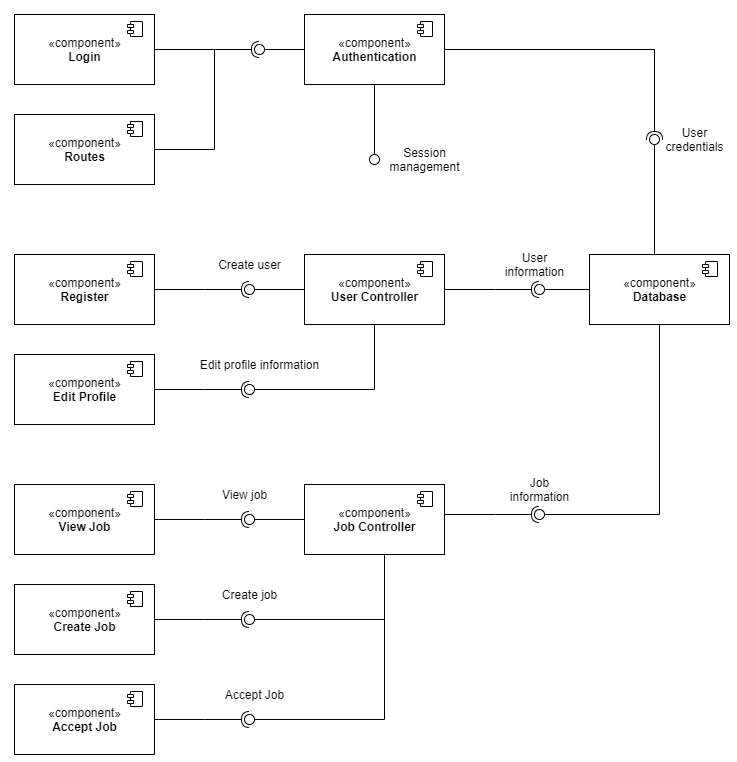
The draw.io diagram diagrams/Development/Component.png in faisal2754/Web-Data-Labelling, before a commit. Source tidied: cells renumbered, new cells last; positions are measured from the earlier drawing's top-left corner, leaving out a move shared by most shapes.
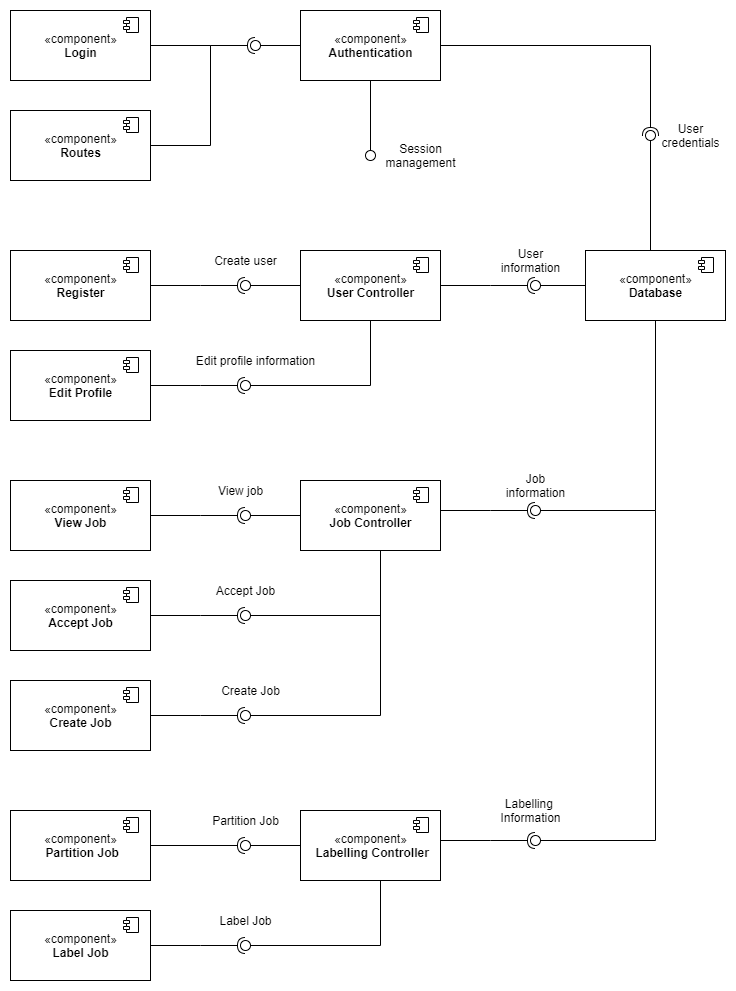
Above is the later version.

Commit message:
Added diagrams for sprint

Change to the diagram source:
```diff
@@ -26,22 +26,6 @@
         <mxPoint x="-27" y="7" as="offset" />
       </mxGeometry>
     </mxCell>
-    <mxCell id="8" value="«component»&lt;br&gt;&lt;b&gt;Create Job&lt;/b&gt;" style="html=1;" parent="1" vertex="1">
-      <mxGeometry y="570" width="140" height="70" as="geometry" />
-    </mxCell>
-    <mxCell id="9" style="shape=module;jettyWidth=6;jettyHeight=3;" parent="8" vertex="1">
-      <mxGeometry x="1" width="15" height="15" relative="1" as="geometry">
-        <mxPoint x="-27" y="7" as="offset" />
-      </mxGeometry>
-    </mxCell>
-    <mxCell id="10" value="«component»&lt;br&gt;&lt;b&gt;View Job&lt;/b&gt;" style="html=1;" parent="1" vertex="1">
-      <mxGeometry y="470" width="140" height="70" as="geometry" />
-    </mxCell>
-    <mxCell id="11" style="shape=module;jettyWidth=6;jettyHeight=3;" parent="10" vertex="1">
-      <mxGeometry x="1" width="15" height="15" relative="1" as="geometry">
-        <mxPoint x="-27" y="7" as="offset" />
-      </mxGeometry>
-    </mxCell>
     <mxCell id="12" value="«component»&lt;br&gt;&lt;b&gt;Authentication&lt;/b&gt;" style="html=1;" parent="1" vertex="1">
       <mxGeometry x="290" width="140" height="70" as="geometry" />
     </mxCell>
@@ -58,14 +42,6 @@
         <mxPoint x="-27" y="7" as="offset" />
       </mxGeometry>
     </mxCell>
-    <mxCell id="16" value="«component»&lt;br&gt;&lt;b&gt;Job Controller&lt;/b&gt;" style="html=1;" parent="1" vertex="1">
-      <mxGeometry x="290" y="470" width="140" height="70" as="geometry" />
-    </mxCell>
-    <mxCell id="17" style="shape=module;jettyWidth=6;jettyHeight=3;" parent="16" vertex="1">
-      <mxGeometry x="1" width="15" height="15" relative="1" as="geometry">
-        <mxPoint x="-27" y="7" as="offset" />
-      </mxGeometry>
-    </mxCell>
     <mxCell id="18" style="rounded=0;jettySize=auto;html=1;endArrow=none;endFill=0;edgeStyle=orthogonalEdgeStyle;exitX=0;exitY=0.5;exitDx=0;exitDy=0;" parent="1" edge="1" source="12">
       <mxGeometry relative="1" as="geometry">
         <mxPoint x="250" y="35" as="targetPoint" />
@@ -113,52 +89,12 @@
     <mxCell id="25" value="Create user" style="text;html=1;align=center;verticalAlign=middle;strokeColor=none;" parent="1" vertex="1">
       <mxGeometry x="195" y="240" width="80" height="20" as="geometry" />
     </mxCell>
-    <mxCell id="26" style="rounded=0;orthogonalLoop=1;jettySize=auto;html=1;endArrow=none;endFill=0;edgeStyle=orthogonalEdgeStyle;exitX=0;exitY=0.5;exitDx=0;exitDy=0;" parent="1" edge="1">
-      <mxGeometry relative="1" as="geometry">
-        <mxPoint x="290" y="505" as="sourcePoint" />
-        <mxPoint x="240" y="505" as="targetPoint" />
-      </mxGeometry>
-    </mxCell>
-    <mxCell id="27" style="rounded=0;orthogonalLoop=1;jettySize=auto;html=1;endArrow=halfCircle;endFill=0;entryX=0.5;entryY=0.5;entryDx=0;entryDy=0;endSize=6;strokeWidth=1;edgeStyle=orthogonalEdgeStyle;exitX=1;exitY=0.5;exitDx=0;exitDy=0;" parent="1" edge="1">
-      <mxGeometry relative="1" as="geometry">
-        <mxPoint x="140" y="505" as="sourcePoint" />
-        <mxPoint x="235" y="505" as="targetPoint" />
-        <Array as="points">
-          <mxPoint x="190" y="505" />
-          <mxPoint x="190" y="505" />
-        </Array>
-      </mxGeometry>
-    </mxCell>
     <mxCell id="28" style="ellipse;whiteSpace=wrap;html=1;fontFamily=Helvetica;fontSize=12;fontColor=#000000;align=center;strokeColor=#000000;fillColor=#ffffff;" parent="1" vertex="1">
       <mxGeometry x="230" y="500" width="10" height="10" as="geometry" />
     </mxCell>
-    <mxCell id="29" value="View job" style="text;html=1;align=center;verticalAlign=middle;strokeColor=none;" parent="1" vertex="1">
-      <mxGeometry x="200" y="470" width="60" height="20" as="geometry" />
-    </mxCell>
-    <mxCell id="30" style="rounded=0;jettySize=auto;html=1;endArrow=none;endFill=0;edgeStyle=orthogonalEdgeStyle;exitX=0.5;exitY=1;exitDx=0;exitDy=0;" parent="1" edge="1" source="16">
-      <mxGeometry relative="1" as="geometry">
-        <mxPoint x="240" y="605" as="targetPoint" />
-        <Array as="points">
-          <mxPoint x="370" y="605" />
-        </Array>
-      </mxGeometry>
-    </mxCell>
-    <mxCell id="31" style="rounded=0;orthogonalLoop=1;jettySize=auto;html=1;endArrow=halfCircle;endFill=0;entryX=0.5;entryY=0.5;entryDx=0;entryDy=0;endSize=6;strokeWidth=1;edgeStyle=orthogonalEdgeStyle;exitX=1;exitY=0.5;exitDx=0;exitDy=0;" parent="1" edge="1">
-      <mxGeometry relative="1" as="geometry">
-        <mxPoint x="140" y="605" as="sourcePoint" />
-        <mxPoint x="235" y="605" as="targetPoint" />
-        <Array as="points">
-          <mxPoint x="190" y="605" />
-          <mxPoint x="190" y="605" />
-        </Array>
-      </mxGeometry>
-    </mxCell>
     <mxCell id="32" style="ellipse;whiteSpace=wrap;html=1;fontFamily=Helvetica;fontSize=12;fontColor=#000000;align=center;strokeColor=#000000;fillColor=#ffffff;" parent="1" vertex="1">
       <mxGeometry x="230" y="600" width="10" height="10" as="geometry" />
     </mxCell>
-    <mxCell id="33" value="Create job" style="text;html=1;align=center;verticalAlign=middle;strokeColor=none;" parent="1" vertex="1">
-      <mxGeometry x="200" y="570" width="70" height="20" as="geometry" />
-    </mxCell>
     <mxCell id="34" style="rounded=0;jettySize=auto;html=1;endArrow=none;endFill=0;edgeStyle=orthogonalEdgeStyle;exitX=0.5;exitY=0;exitDx=0;exitDy=0;startArrow=none;" parent="1" edge="1" source="36">
       <mxGeometry relative="1" as="geometry">
         <mxPoint x="640" y="120" as="targetPoint" />
@@ -282,41 +218,190 @@
         </Array>
       </mxGeometry>
     </mxCell>
+    <mxCell id="59" value="Edit profile information" style="text;html=1;align=center;verticalAlign=middle;strokeColor=none;" parent="1" vertex="1">
+      <mxGeometry x="180" y="340" width="130" height="20" as="geometry" />
+    </mxCell>
+    <mxCell id="61" style="ellipse;whiteSpace=wrap;html=1;fontFamily=Helvetica;fontSize=12;fontColor=#000000;align=center;strokeColor=#000000;fillColor=#ffffff;" parent="1" vertex="1">
+      <mxGeometry x="230" y="700" width="10" height="10" as="geometry" />
+    </mxCell>
+    <mxCell id="64" value="«component»&lt;br&gt;&lt;b&gt;&amp;nbsp;Labelling Controller&lt;/b&gt;" style="html=1;" parent="1" vertex="1">
+      <mxGeometry x="290" y="800" width="140" height="70" as="geometry" />
+    </mxCell>
+    <mxCell id="65" style="shape=module;jettyWidth=6;jettyHeight=3;" parent="64" vertex="1">
+      <mxGeometry x="1" width="15" height="15" relative="1" as="geometry">
+        <mxPoint x="-27" y="7" as="offset" />
+      </mxGeometry>
+    </mxCell>
     <mxCell id="57" value="«component»&lt;br&gt;&lt;b&gt;Accept Job&lt;/b&gt;" style="html=1;" parent="1" vertex="1">
-      <mxGeometry y="670" width="140" height="70" as="geometry" />
+      <mxGeometry y="570" width="140" height="70" as="geometry" />
     </mxCell>
-    <mxCell id="58" style="shape=module;jettyWidth=6;jettyHeight=3;" parent="57" vertex="1">
-      <mxGeometry x="1" width="15" height="15" relative="1" as="geometry">
-        <mxPoint x="-27" y="7" as="offset" />
-      </mxGeometry>
-    </mxCell>
-    <mxCell id="59" value="Edit profile information" style="text;html=1;align=center;verticalAlign=middle;strokeColor=none;" parent="1" vertex="1">
-      <mxGeometry x="180" y="340" width="130" height="20" as="geometry" />
-    </mxCell>
-    <mxCell id="60" style="rounded=0;orthogonalLoop=1;jettySize=auto;html=1;endArrow=none;endFill=0;edgeStyle=orthogonalEdgeStyle;" parent="1" edge="1">
-      <mxGeometry relative="1" as="geometry">
-        <mxPoint x="370" y="600" as="sourcePoint" />
-        <mxPoint x="240" y="705" as="targetPoint" />
-        <Array as="points">
-          <mxPoint x="370" y="705" />
-        </Array>
-      </mxGeometry>
-    </mxCell>
-    <mxCell id="61" style="ellipse;whiteSpace=wrap;html=1;fontFamily=Helvetica;fontSize=12;fontColor=#000000;align=center;strokeColor=#000000;fillColor=#ffffff;" parent="1" vertex="1">
-      <mxGeometry x="230" y="700" width="10" height="10" as="geometry" />
-    </mxCell>
-    <mxCell id="62" style="rounded=0;orthogonalLoop=1;jettySize=auto;html=1;endArrow=halfCircle;endFill=0;entryX=0.5;entryY=0.5;entryDx=0;entryDy=0;endSize=6;strokeWidth=1;edgeStyle=orthogonalEdgeStyle;exitX=1;exitY=0.5;exitDx=0;exitDy=0;" parent="1" edge="1">
-      <mxGeometry relative="1" as="geometry">
-        <mxPoint x="140" y="705" as="sourcePoint" />
-        <mxPoint x="235" y="705" as="targetPoint" />
-        <Array as="points">
-          <mxPoint x="190" y="705" />
-          <mxPoint x="190" y="705" />
-        </Array>
-      </mxGeometry>
-    </mxCell>
+    <mxCell id="66" style="shape=module;jettyWidth=6;jettyHeight=3;" parent="57" vertex="1">
+      <mxGeometry x="1" width="15" height="15" relative="1" as="geometry">
+        <mxPoint x="-27" y="7" as="offset" />
+      </mxGeometry>
+    </mxCell>
+    <mxCell id="10" value="«component»&lt;br&gt;&lt;b&gt;View Job&lt;/b&gt;" style="html=1;" parent="1" vertex="1">
+      <mxGeometry y="470" width="140" height="70" as="geometry" />
+    </mxCell>
+    <mxCell id="67" style="shape=module;jettyWidth=6;jettyHeight=3;" parent="10" vertex="1">
+      <mxGeometry x="1" width="15" height="15" relative="1" as="geometry">
+        <mxPoint x="-27" y="7" as="offset" />
+      </mxGeometry>
+    </mxCell>
+    <mxCell id="16" value="«component»&lt;br&gt;&lt;b&gt;Job Controller&lt;/b&gt;" style="html=1;" parent="1" vertex="1">
+      <mxGeometry x="290" y="470" width="140" height="70" as="geometry" />
+    </mxCell>
+    <mxCell id="68" style="shape=module;jettyWidth=6;jettyHeight=3;" parent="16" vertex="1">
+      <mxGeometry x="1" width="15" height="15" relative="1" as="geometry">
+        <mxPoint x="-27" y="7" as="offset" />
+      </mxGeometry>
+    </mxCell>
+    <mxCell id="69" style="rounded=0;orthogonalLoop=1;jettySize=auto;html=1;endArrow=none;endFill=0;edgeStyle=orthogonalEdgeStyle;exitX=0;exitY=0.5;exitDx=0;exitDy=0;" parent="1" edge="1">
+      <mxGeometry relative="1" as="geometry">
+        <mxPoint x="290" y="505" as="sourcePoint" />
+        <mxPoint x="240" y="505" as="targetPoint" />
+      </mxGeometry>
+    </mxCell>
+    <mxCell id="70" style="rounded=0;orthogonalLoop=1;jettySize=auto;html=1;endArrow=halfCircle;endFill=0;entryX=0.5;entryY=0.5;entryDx=0;entryDy=0;endSize=6;strokeWidth=1;edgeStyle=orthogonalEdgeStyle;exitX=1;exitY=0.5;exitDx=0;exitDy=0;" parent="1" edge="1">
+      <mxGeometry relative="1" as="geometry">
+        <mxPoint x="140" y="505" as="sourcePoint" />
+        <mxPoint x="235" y="505" as="targetPoint" />
+        <Array as="points">
+          <mxPoint x="190" y="505" />
+          <mxPoint x="190" y="505" />
+        </Array>
+      </mxGeometry>
+    </mxCell>
+    <mxCell id="29" value="View job" style="text;html=1;align=center;verticalAlign=middle;strokeColor=none;" parent="1" vertex="1">
+      <mxGeometry x="200" y="470" width="60" height="20" as="geometry" />
+    </mxCell>
+    <mxCell id="71" style="rounded=0;jettySize=auto;html=1;endArrow=none;endFill=0;edgeStyle=orthogonalEdgeStyle;exitX=0.5;exitY=1;exitDx=0;exitDy=0;" parent="1" edge="1" source="16">
+      <mxGeometry relative="1" as="geometry">
+        <mxPoint x="240" y="605" as="targetPoint" />
+        <Array as="points">
+          <mxPoint x="370" y="605" />
+        </Array>
+      </mxGeometry>
+    </mxCell>
+    <mxCell id="72" style="rounded=0;orthogonalLoop=1;jettySize=auto;html=1;endArrow=halfCircle;endFill=0;entryX=0.5;entryY=0.5;entryDx=0;entryDy=0;endSize=6;strokeWidth=1;edgeStyle=orthogonalEdgeStyle;exitX=1;exitY=0.5;exitDx=0;exitDy=0;" parent="1" edge="1">
+      <mxGeometry relative="1" as="geometry">
+        <mxPoint x="140" y="605" as="sourcePoint" />
+        <mxPoint x="235" y="605" as="targetPoint" />
+        <Array as="points">
+          <mxPoint x="190" y="605" />
+          <mxPoint x="190" y="605" />
+        </Array>
+      </mxGeometry>
+    </mxCell>
     <mxCell id="63" value="Accept Job" style="text;html=1;align=center;verticalAlign=middle;strokeColor=none;" parent="1" vertex="1">
-      <mxGeometry x="205" y="670" width="70" height="20" as="geometry" />
+      <mxGeometry x="200" y="570" width="70" height="20" as="geometry" />
     </mxCell>
+    <mxCell id="8" value="«component»&lt;br&gt;&lt;b&gt;Create Job&lt;/b&gt;" style="html=1;" parent="1" vertex="1">
+      <mxGeometry y="670" width="140" height="70" as="geometry" />
+    </mxCell>
+    <mxCell id="73" style="shape=module;jettyWidth=6;jettyHeight=3;" parent="8" vertex="1">
+      <mxGeometry x="1" width="15" height="15" relative="1" as="geometry">
+        <mxPoint x="-27" y="7" as="offset" />
+      </mxGeometry>
+    </mxCell>
+    <mxCell id="74" style="rounded=0;orthogonalLoop=1;jettySize=auto;html=1;endArrow=none;endFill=0;edgeStyle=orthogonalEdgeStyle;" parent="1" edge="1">
+      <mxGeometry relative="1" as="geometry">
+        <mxPoint x="370" y="600" as="sourcePoint" />
+        <mxPoint x="240" y="705" as="targetPoint" />
+        <Array as="points">
+          <mxPoint x="370" y="705" />
+        </Array>
+      </mxGeometry>
+    </mxCell>
+    <mxCell id="75" style="rounded=0;orthogonalLoop=1;jettySize=auto;html=1;endArrow=halfCircle;endFill=0;entryX=0.5;entryY=0.5;entryDx=0;entryDy=0;endSize=6;strokeWidth=1;edgeStyle=orthogonalEdgeStyle;exitX=1;exitY=0.5;exitDx=0;exitDy=0;" parent="1" edge="1">
+      <mxGeometry relative="1" as="geometry">
+        <mxPoint x="140" y="705" as="sourcePoint" />
+        <mxPoint x="235" y="705" as="targetPoint" />
+        <Array as="points">
+          <mxPoint x="190" y="705" />
+          <mxPoint x="190" y="705" />
+        </Array>
+      </mxGeometry>
+    </mxCell>
+    <mxCell id="76" value="Create Job" style="text;html=1;align=center;verticalAlign=middle;strokeColor=none;" parent="1" vertex="1">
+      <mxGeometry x="205" y="670" width="70" height="20" as="geometry" />
+    </mxCell>
+    <mxCell id="77" value="«component»&lt;br&gt;&lt;b&gt;&amp;nbsp;Partition Job&lt;/b&gt;" style="html=1;" parent="1" vertex="1">
+      <mxGeometry y="800" width="140" height="70" as="geometry" />
+    </mxCell>
+    <mxCell id="78" style="shape=module;jettyWidth=6;jettyHeight=3;" parent="77" vertex="1">
+      <mxGeometry x="1" width="15" height="15" relative="1" as="geometry">
+        <mxPoint x="-27" y="7" as="offset" />
+      </mxGeometry>
+    </mxCell>
+    <mxCell id="79" style="rounded=0;jettySize=auto;html=1;endArrow=none;endFill=0;exitX=0;exitY=0.5;exitDx=0;exitDy=0;" parent="1" edge="1" source="64" target="81">
+      <mxGeometry relative="1" as="geometry" />
+    </mxCell>
+    <mxCell id="80" style="rounded=0;jettySize=auto;html=1;endArrow=halfCircle;endFill=0;entryX=0.5;entryY=0.5;entryDx=0;entryDy=0;endSize=6;strokeWidth=1;exitX=1;exitY=0.5;exitDx=0;exitDy=0;" parent="1" edge="1" source="77" target="81">
+      <mxGeometry relative="1" as="geometry" />
+    </mxCell>
+    <mxCell id="81" style="ellipse;whiteSpace=wrap;html=1;fontFamily=Helvetica;fontSize=12;fontColor=#000000;align=center;strokeColor=#000000;fillColor=#ffffff;points=[];" parent="1" vertex="1">
+      <mxGeometry x="230" y="830" width="10" height="10" as="geometry" />
+    </mxCell>
+    <mxCell id="82" value="Partition Job" style="text;html=1;align=center;verticalAlign=middle;strokeColor=none;" parent="1" vertex="1">
+      <mxGeometry x="195" y="800" width="80" height="20" as="geometry" />
+    </mxCell>
+    <mxCell id="83" style="rounded=0;jettySize=auto;html=1;endArrow=none;endFill=0;edgeStyle=orthogonalEdgeStyle;entryX=1;entryY=0.5;entryDx=0;entryDy=0;entryPerimeter=0;" parent="1" edge="1" target="85">
+      <mxGeometry relative="1" as="geometry">
+        <mxPoint x="645" y="500" as="sourcePoint" />
+        <Array as="points">
+          <mxPoint x="645" y="830" />
+        </Array>
+      </mxGeometry>
+    </mxCell>
+    <mxCell id="84" style="rounded=0;orthogonalLoop=1;jettySize=auto;html=1;endArrow=halfCircle;endFill=0;entryX=0.5;entryY=0.5;entryDx=0;entryDy=0;endSize=6;strokeWidth=1;edgeStyle=orthogonalEdgeStyle;exitX=1;exitY=0.5;exitDx=0;exitDy=0;" parent="1" edge="1">
+      <mxGeometry relative="1" as="geometry">
+        <mxPoint x="430" y="830" as="sourcePoint" />
+        <mxPoint x="525" y="830" as="targetPoint" />
+        <Array as="points">
+          <mxPoint x="480" y="830" />
+          <mxPoint x="480" y="830" />
+        </Array>
+      </mxGeometry>
+    </mxCell>
+    <mxCell id="85" style="ellipse;whiteSpace=wrap;html=1;fontFamily=Helvetica;fontSize=12;fontColor=#000000;align=center;strokeColor=#000000;fillColor=#ffffff;points=[];" parent="1" vertex="1">
+      <mxGeometry x="520" y="825" width="10" height="10" as="geometry" />
+    </mxCell>
+    <mxCell id="86" value="Labelling &lt;br&gt;Information" style="text;html=1;align=center;verticalAlign=middle;strokeColor=none;" parent="1" vertex="1">
+      <mxGeometry x="480" y="785" width="80" height="30" as="geometry" />
+    </mxCell>
+    <mxCell id="87" style="ellipse;whiteSpace=wrap;html=1;fontFamily=Helvetica;fontSize=12;fontColor=#000000;align=center;strokeColor=#000000;fillColor=#ffffff;" parent="1" vertex="1">
+      <mxGeometry x="230" y="930" width="10" height="10" as="geometry" />
+    </mxCell>
+    <mxCell id="88" value="«component»&lt;br&gt;&lt;b&gt;Label Job&lt;/b&gt;" style="html=1;" parent="1" vertex="1">
+      <mxGeometry y="900" width="140" height="70" as="geometry" />
+    </mxCell>
+    <mxCell id="89" style="shape=module;jettyWidth=6;jettyHeight=3;" parent="88" vertex="1">
+      <mxGeometry x="1" width="15" height="15" relative="1" as="geometry">
+        <mxPoint x="-27" y="7" as="offset" />
+      </mxGeometry>
+    </mxCell>
+    <mxCell id="90" style="rounded=0;orthogonalLoop=1;jettySize=auto;html=1;endArrow=none;endFill=0;edgeStyle=orthogonalEdgeStyle;exitX=0.5;exitY=1;exitDx=0;exitDy=0;" parent="1" edge="1">
+      <mxGeometry relative="1" as="geometry">
+        <mxPoint x="360" y="870" as="sourcePoint" />
+        <mxPoint x="240" y="935" as="targetPoint" />
+        <Array as="points">
+          <mxPoint x="370" y="935" />
+        </Array>
+      </mxGeometry>
+    </mxCell>
+    <mxCell id="91" style="rounded=0;orthogonalLoop=1;jettySize=auto;html=1;endArrow=halfCircle;endFill=0;entryX=0.5;entryY=0.5;entryDx=0;entryDy=0;endSize=6;strokeWidth=1;edgeStyle=orthogonalEdgeStyle;exitX=1;exitY=0.5;exitDx=0;exitDy=0;" parent="1" edge="1">
+      <mxGeometry relative="1" as="geometry">
+        <mxPoint x="140" y="935" as="sourcePoint" />
+        <mxPoint x="235" y="935" as="targetPoint" />
+        <Array as="points">
+          <mxPoint x="190" y="935" />
+          <mxPoint x="190" y="935" />
+        </Array>
+      </mxGeometry>
+    </mxCell>
+    <mxCell id="92" value="Label Job" style="text;html=1;align=center;verticalAlign=middle;strokeColor=none;" parent="1" vertex="1">
+      <mxGeometry x="200" y="900" width="70" height="20" as="geometry" />
+    </mxCell>
   </root>
 </mxGraphModel>
```
